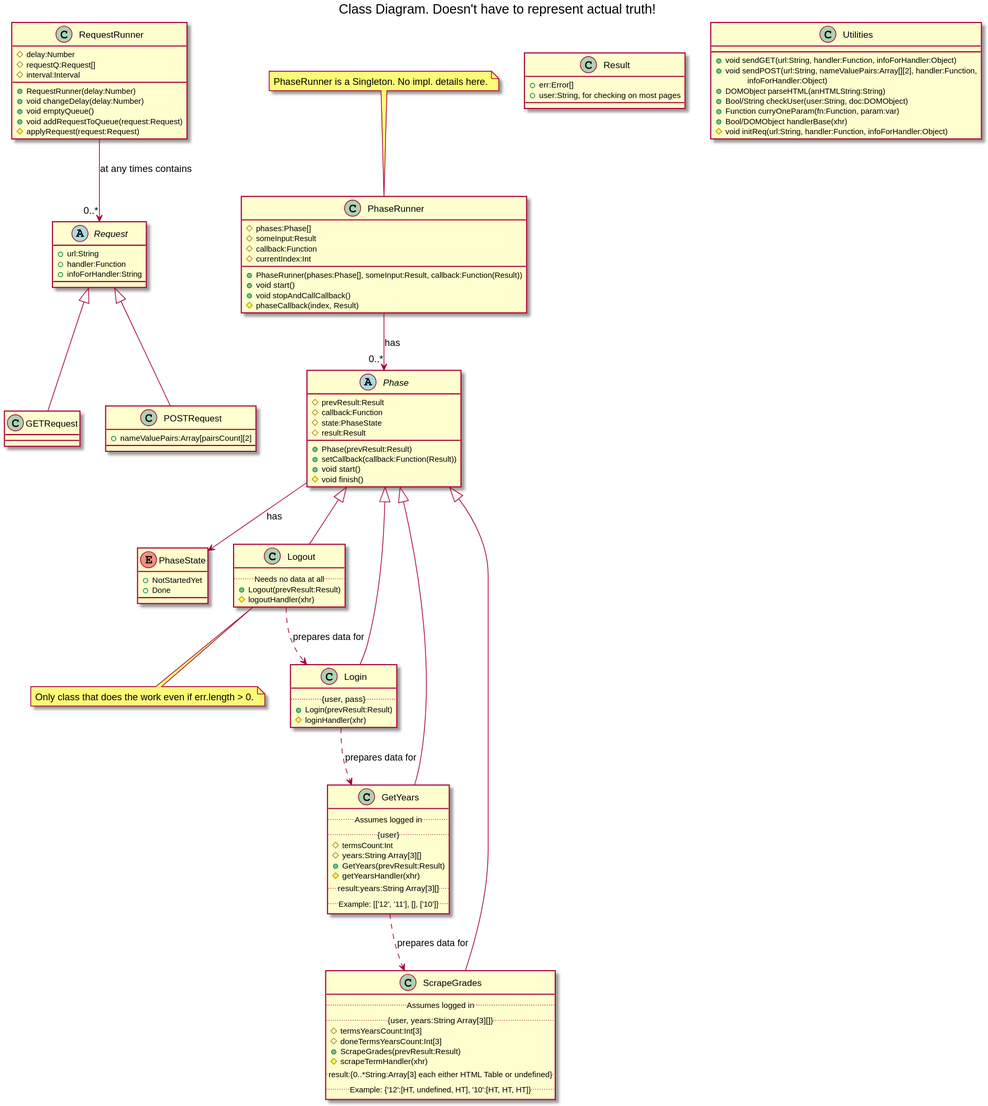
Before: doc/class-diagram.svg, a diagram exported from PlantUML (hossameldeen/gpa-fcicu). Its source is kept beside it as doc/class-diagram.puml. Its diagram source:
```plantuml
@startuml
  title Class Diagram. Doesn't have to represent actual truth!
  Request <|-- GETRequest
  Request <|-- POSTRequest
  RequestRunner --> "0..*" Request : at any times contains
  PhaseRunner --> "0..*" Phase : has
  Phase --> PhaseState : has
  Phase <|-- Logout
  Phase <|-- Login
  Phase <|-- GetYears
  Phase <|-- ScrapeGrades
  Logout ..> Login : prepares data for
  Login ..> GetYears : prepares data for
  GetYears ..> ScrapeGrades : prepares data for
  abstract class Request {
    +url:String
    +handler:Function
    +infoForHandler:String
  }
  class GETRequest {
  }
  class POSTRequest {
    +nameValuePairs:Array[pairsCount][2]
  }
  class RequestRunner {
    #delay:Number
    #requestQ:Request[]
    #interval:Interval
    +RequestRunner(delay:Number)
    +void changeDelay(delay:Number)
    +void emptyQueue()
    +void addRequestToQueue(request:Request)
    #applyRequest(request:Request)
  }
  abstract class Phase {
    #prevResult:Result
    #callback:Function
    #state:PhaseState
    #result:Result
    +Phase(prevResult:Result)
    +setCallback(callback:Function(Result))
    +void start()
    #void finish()
  }
  class Logout {
    ..Needs no data at all..
    +Logout(prevResult:Result)
    #logoutHandler(xhr)
  }
  note bottom of Logout : Only class that does the work even if err.length > 0.
  class Login {
    ..{user, pass}..
    +Login(prevResult:Result)
    #loginHandler(xhr)
  }
  class GetYears {
    ..Assumes logged in..
    ..{user}..
    #termsCount:Int
    #years:String Array[3][]
    +GetYears(prevResult:Result)
    #getYearsHandler(xhr)
    ..result:years:String Array[3][]..
    ..Example: [['12', '11'], [], ['10']]..
  }
  class ScrapeGrades {
    ..Assumes logged in..
    ..{user, years:String Array[3][]}..
    #termsYearsCount:Int[3]
    #doneTermsYearsCount:Int[3]
    +ScrapeGrades(prevResult:Result)
    #scrapeTermHandler(xhr)
    ..result:{0..*String:Array[3] each either HTML Table or undefined}..
    ..Example: {'12':[HT, undefined, HT], '10':[HT, HT, HT]}..
  }
  enum PhaseState {
    +NotStartedYet
    +Done
  }
  class PhaseRunner {
    #phases:Phase[]
    #someInput:Result
    #callback:Function
    #currentIndex:Int
    +PhaseRunner(phases:Phase[], someInput:Result, callback:Function(Result))
    +void start()
    +void stopAndCallCallback()
    #phaseCallback(index, Result)
  }
  note top of PhaseRunner : PhaseRunner is a Singleton. No impl. details here.
  class Result {
    +err:Error[]
    +user:String, for checking on most pages
  }
  class Utilities {
    +void sendGET(url:String, handler:Function, infoForHandler:Object)
    +void sendPOST(url:String, nameValuePairs:Array[][2], handler:Function,
              infoForHandler:Object)
    +DOMObject parseHTML(anHTMLString:String)
    +Bool/String checkUser(user:String, doc:DOMObject)
    +Function curryOneParam(fn:Function, param:var)
    +Bool/DOMObject handlerBase(xhr)
    #void initReq(url:String, handler:Function, infoForHandler:Object)
  }
@enduml
```
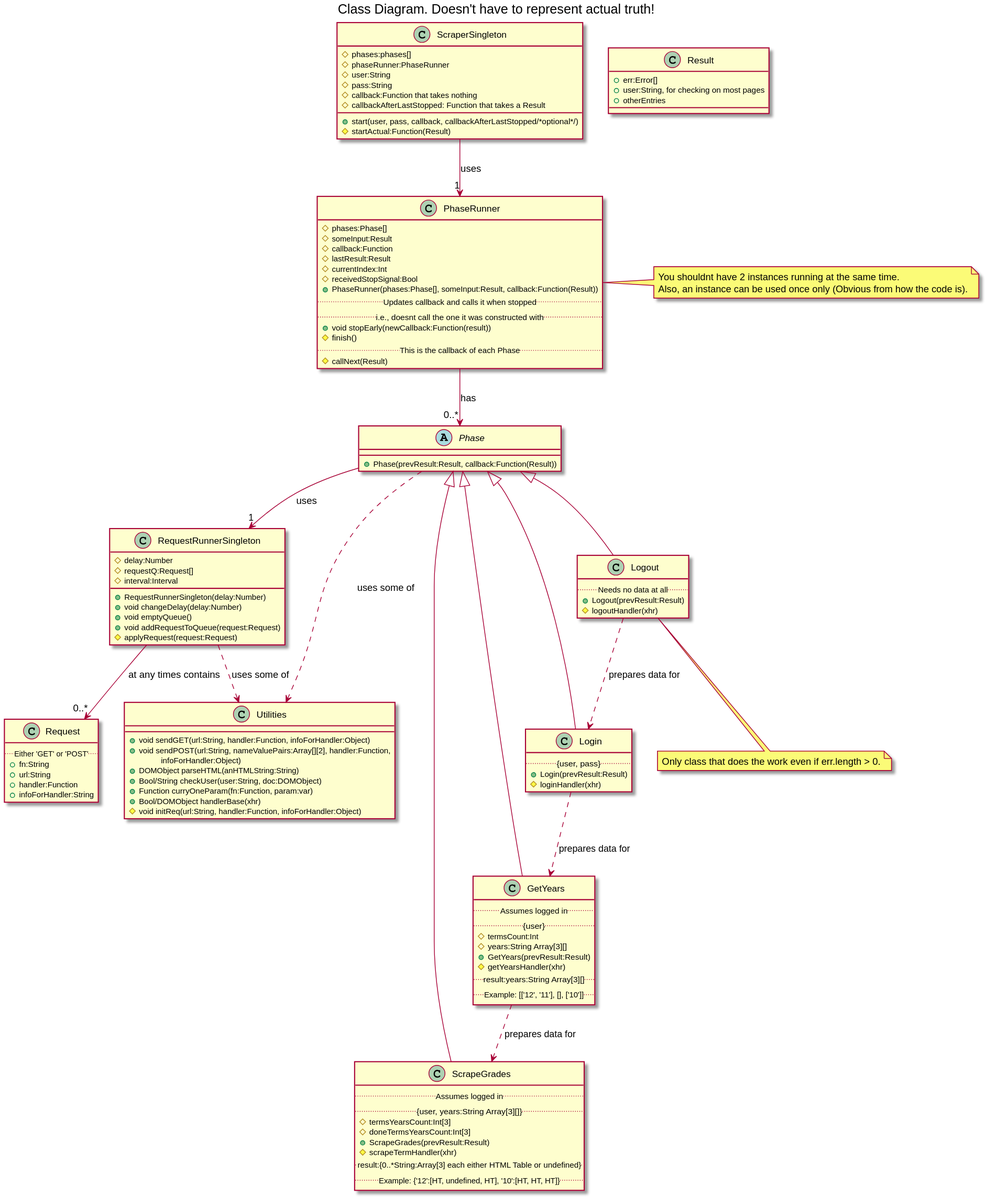
Later version of the same file.

Commit message:
Update class diagram to represent current status

What changed in the source:
```diff
@@ -1,10 +1,7 @@
 @startuml
   title Class Diagram. Doesn't have to represent actual truth!
-  Request <|-- GETRequest
-  Request <|-- POSTRequest
-  RequestRunner --> "0..*" Request : at any times contains
+  RequestRunnerSingleton --> "0..*" Request : at any times contains
   PhaseRunner --> "0..*" Phase : has
-  Phase --> PhaseState : has
   Phase <|-- Logout
   Phase <|-- Login
   Phase <|-- GetYears
@@ -12,35 +9,29 @@
   Logout ..> Login : prepares data for
   Login ..> GetYears : prepares data for
   GetYears ..> ScrapeGrades : prepares data for
-  abstract class Request {
+  Phase --> "1" RequestRunnerSingleton : uses
+  ScraperSingleton --> "1" PhaseRunner : uses
+  RequestRunnerSingleton ..> Utilities : uses some of
+  Phase ..> Utilities : uses some of
+  class Request {
+    ..Either 'GET' or 'POST'..
+    +fn:String
     +url:String
     +handler:Function
     +infoForHandler:String
   }
-  class GETRequest {
-  }
-  class POSTRequest {
-    +nameValuePairs:Array[pairsCount][2]
-  }
-  class RequestRunner {
+  class RequestRunnerSingleton {
     #delay:Number
     #requestQ:Request[]
     #interval:Interval
-    +RequestRunner(delay:Number)
+    +RequestRunnerSingleton(delay:Number)
     +void changeDelay(delay:Number)
     +void emptyQueue()
     +void addRequestToQueue(request:Request)
     #applyRequest(request:Request)
   }
   abstract class Phase {
-    #prevResult:Result
-    #callback:Function
-    #state:PhaseState
-    #result:Result
-    +Phase(prevResult:Result)
-    +setCallback(callback:Function(Result))
-    +void start()
-    #void finish()
+    +Phase(prevResult:Result, callback:Function(Result))
   }
   class Logout {
     ..Needs no data at all..
@@ -73,24 +64,39 @@
     ..result:{0..*String:Array[3] each either HTML Table or undefined}..
     ..Example: {'12':[HT, undefined, HT], '10':[HT, HT, HT]}..
   }
-  enum PhaseState {
-    +NotStartedYet
-    +Done
-  }
   class PhaseRunner {
     #phases:Phase[]
     #someInput:Result
     #callback:Function
+    #lastResult:Result
     #currentIndex:Int
+    #receivedStopSignal:Bool
     +PhaseRunner(phases:Phase[], someInput:Result, callback:Function(Result))
-    +void start()
-    +void stopAndCallCallback()
-    #phaseCallback(index, Result)
+    ..Updates callback and calls it when stopped..
+    ..i.e., doesnt call the one it was constructed with..
+    +void stopEarly(newCallback:Function(result))
+    #finish()
+    ..This is the callback of each Phase..
+    #callNext(Result)
   }
-  note top of PhaseRunner : PhaseRunner is a Singleton. No impl. details here.
+  note right of PhaseRunner
+    You shouldnt have 2 instances running at the same time.
+    Also, an instance can be used once only (Obvious from how the code is).
+  end note
+  class ScraperSingleton {
+    #phases:phases[]
+    #phaseRunner:PhaseRunner
+    #user:String
+    #pass:String
+    #callback:Function that takes nothing
+    #callbackAfterLastStopped: Function that takes a Result
+    +start(user, pass, callback, callbackAfterLastStopped/*optional*/)
+    #startActual:Function(Result)
+  }
   class Result {
     +err:Error[]
     +user:String, for checking on most pages
+    +otherEntries
   }
   class Utilities {
     +void sendGET(url:String, handler:Function, infoForHandler:Object)
```
